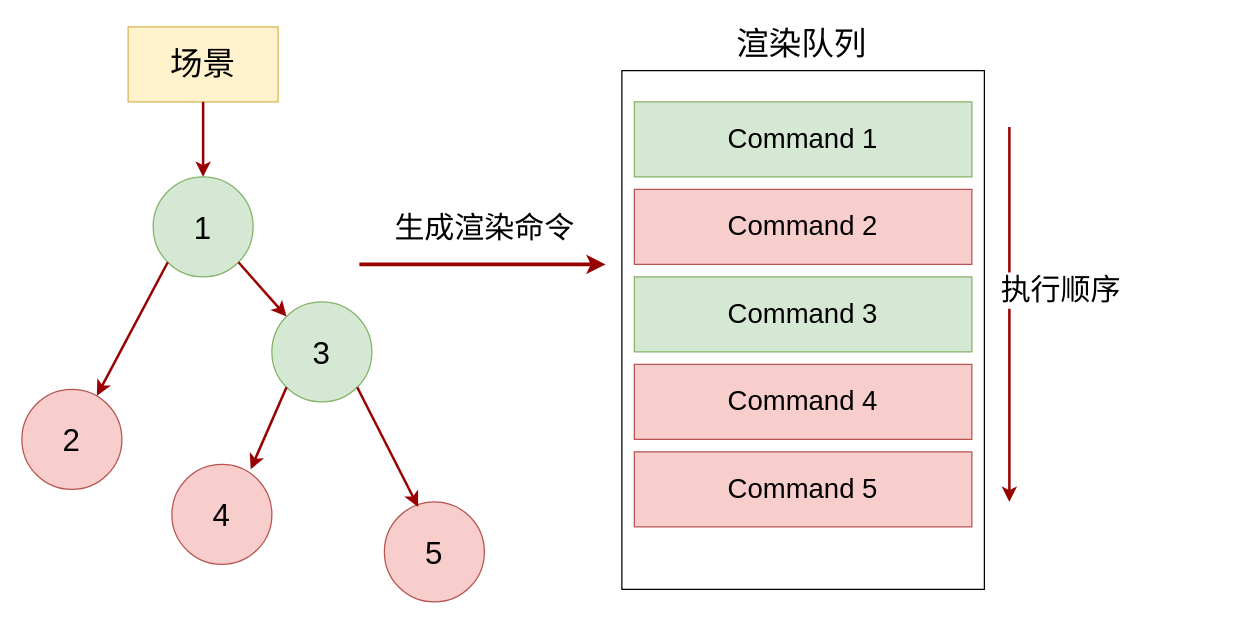
Before: cocos_render_command.drawio in imzoer/imzoer.github.io, a draw.io diagram. Source tidied: cells renumbered, new cells numbered last; positions are measured from the earlier drawing's top-left corner, leaving out a move shared by most shapes. Both pictures are drawn from the tidied source at 125%, with x=0, y=0 at pixel (21, 21).
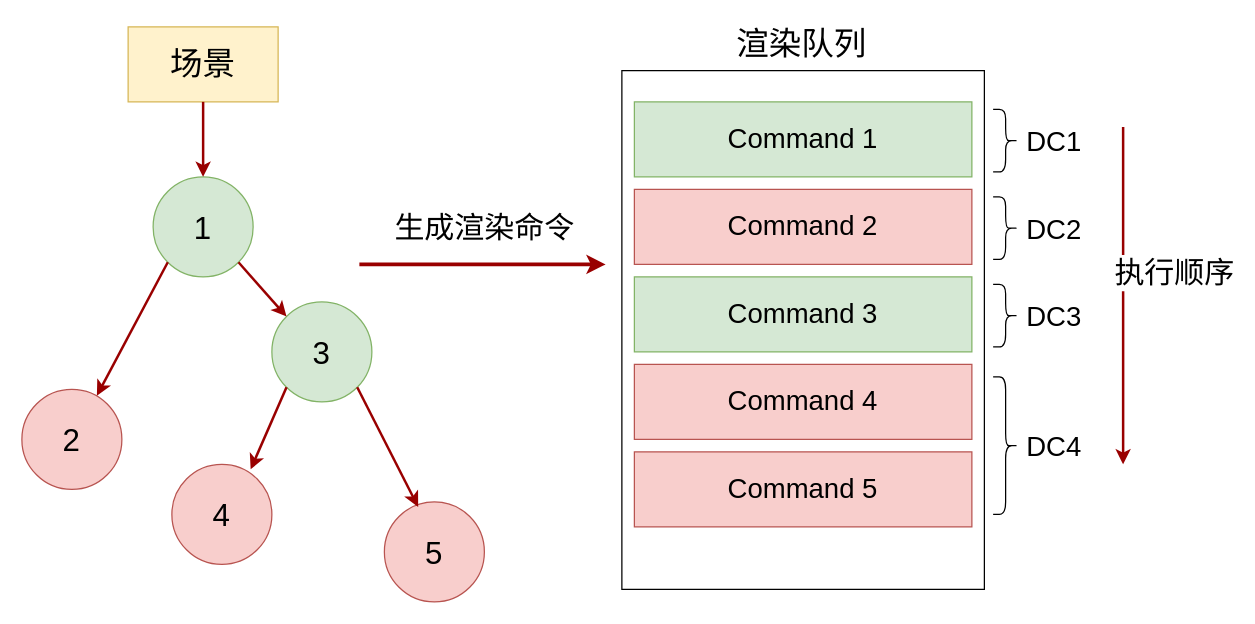
The same page after the edit.

Change to the diagram source:
```diff
@@
     <mxCell id="22" style="edgeStyle=none;comic=0;orthogonalLoop=1;jettySize=auto;html=1;strokeColor=#990000;strokeWidth=2;fontColor=#000000;fontSize=14;" parent="1" edge="1">
       <mxGeometry relative="1" as="geometry">
-        <mxPoint x="790" y="84" as="sourcePoint" />
-        <mxPoint x="790" y="384" as="targetPoint" />
+        <mxPoint x="881" y="84" as="sourcePoint" />
+        <mxPoint x="881" y="354" as="targetPoint" />
       </mxGeometry>
     </mxCell>
@@
+    <mxCell id="24" style="shape=curlyBracket;whiteSpace=wrap;html=1;rounded=1;rotation=180;" parent="1" vertex="1">
+      <mxGeometry x="777" y="284" width="20" height="110" as="geometry" />
+    </mxCell>
+    <mxCell id="25" style="shape=curlyBracket;whiteSpace=wrap;html=1;rounded=1;rotation=180;" parent="1" vertex="1">
+      <mxGeometry x="777" y="70" width="20" height="50" as="geometry" />
+    </mxCell>
+    <mxCell id="26" style="shape=curlyBracket;whiteSpace=wrap;html=1;rounded=1;rotation=180;" parent="1" vertex="1">
+      <mxGeometry x="777" y="140" width="20" height="50" as="geometry" />
+    </mxCell>
+    <mxCell id="27" style="shape=curlyBracket;whiteSpace=wrap;html=1;rounded=1;rotation=180;" parent="1" vertex="1">
+      <mxGeometry x="777" y="210" width="20" height="50" as="geometry" />
+    </mxCell>
+    <mxCell id="28" value="&lt;font style=&quot;font-size: 22px&quot;&gt;DC1&lt;/font&gt;" style="text;html=1;align=left;verticalAlign=top;spacingTop=-4;" parent="1" vertex="1">
+      <mxGeometry x="802" y="81" width="60" height="20" as="geometry" />
+    </mxCell>
+    <mxCell id="29" value="&lt;font style=&quot;font-size: 22px&quot;&gt;DC2&lt;/font&gt;" style="text;html=1;align=left;verticalAlign=top;spacingTop=-4;" parent="1" vertex="1">
+      <mxGeometry x="802" y="151" width="60" height="20" as="geometry" />
+    </mxCell>
+    <mxCell id="30" value="&lt;font style=&quot;font-size: 22px&quot;&gt;DC3&lt;/font&gt;" style="text;html=1;align=left;verticalAlign=top;spacingTop=-4;" parent="1" vertex="1">
+      <mxGeometry x="802" y="221" width="60" height="20" as="geometry" />
+    </mxCell>
+    <mxCell id="31" value="&lt;font style=&quot;font-size: 22px&quot;&gt;DC4&lt;/font&gt;" style="text;html=1;align=left;verticalAlign=top;spacingTop=-4;" parent="1" vertex="1">
+      <mxGeometry x="802" y="325" width="60" height="20" as="geometry" />
+    </mxCell>
```
